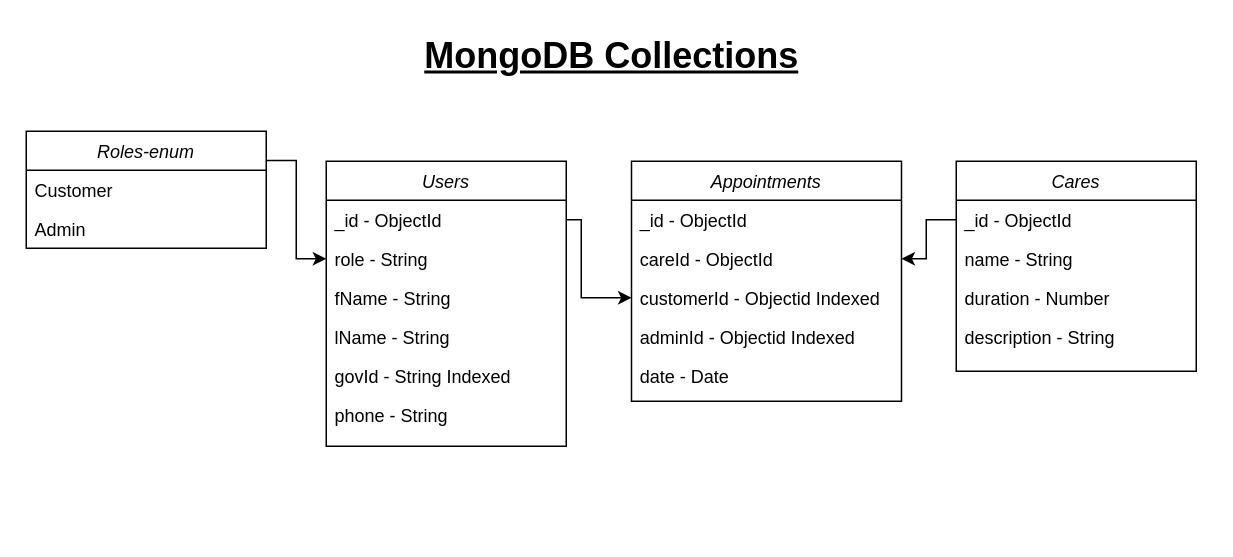
Before: Clinic.drawio in PivaRos/Golang_API_net-http, a draw.io diagram. Source tidied: cells renumbered, new cells numbered last; positions are measured from the earlier drawing's top-left corner, leaving out a move shared by most shapes. Both pictures are drawn from the tidied source at 150%, with x=0, y=0 at pixel (26, 26).
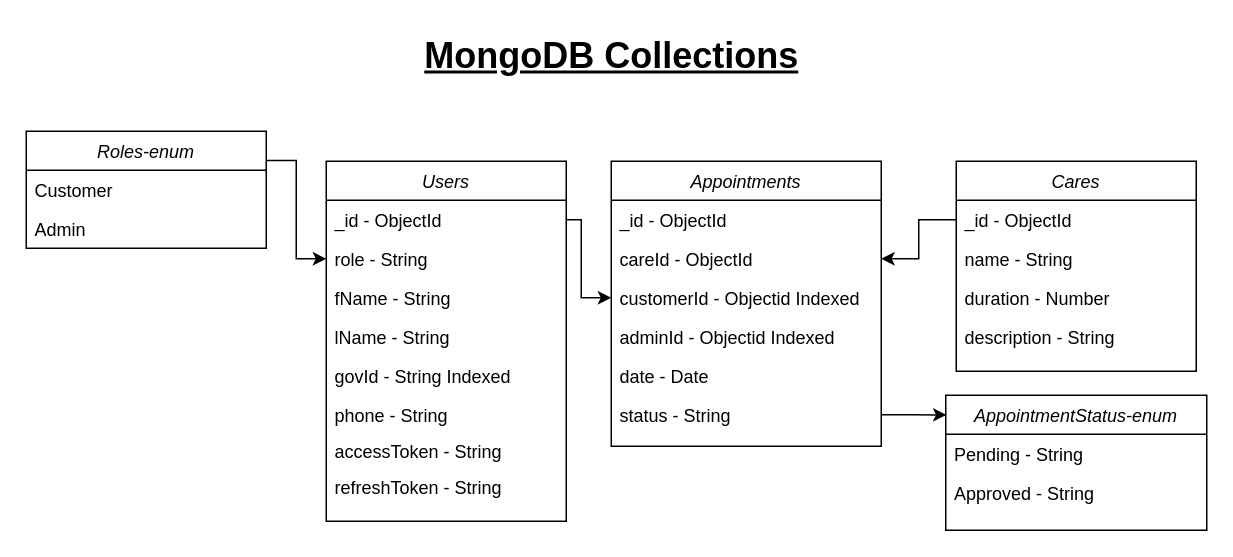
The same page after the edit.

Commit message (it also covers changes not shown here):
add appointment status

The edit, as a diff of the source:
```diff
@@
     <mxCell id="2" value="Users" style="swimlane;fontStyle=2;align=center;verticalAlign=top;horizontal=1;startSize=26;rounded=0;shadow=0;strokeWidth=1;" parent="1" vertex="1">
-      <mxGeometry x="200" y="90" width="160" height="190" as="geometry" />
+      <mxGeometry x="200" y="90" width="160" height="240" as="geometry" />
     </mxCell>
@@
     <mxCell id="8" value="phone - String" style="text;align=left;verticalAlign=top;spacingLeft=4;spacingRight=4;overflow=hidden;rounded=0;shadow=0;html=0;" parent="2" vertex="1">
-      <mxGeometry y="156" width="160" height="26" as="geometry" />
+      <mxGeometry y="156" width="160" height="24" as="geometry" />
     </mxCell>
+    <mxCell id="27" value="accessToken - String" style="text;align=left;verticalAlign=top;spacingLeft=4;spacingRight=4;overflow=hidden;rounded=0;shadow=0;html=0;" parent="2" vertex="1">
+      <mxGeometry y="180" width="160" height="24" as="geometry" />
+    </mxCell>
+    <mxCell id="28" value="refreshToken - String" style="text;align=left;verticalAlign=top;spacingLeft=4;spacingRight=4;overflow=hidden;rounded=0;shadow=0;html=0;" parent="2" vertex="1">
+      <mxGeometry y="204" width="160" height="24" as="geometry" />
+    </mxCell>
@@
     <mxCell id="18" value="Appointments" style="swimlane;fontStyle=2;align=center;verticalAlign=top;horizontal=1;startSize=26;rounded=0;shadow=0;strokeWidth=1;" parent="1" vertex="1">
-      <mxGeometry x="403.5" y="90" width="180" height="160" as="geometry" />
+      <mxGeometry x="390" y="90" width="180" height="190" as="geometry" />
     </mxCell>
@@
+    <mxCell id="29" value="status - String" style="text;align=left;verticalAlign=top;spacingLeft=4;spacingRight=4;overflow=hidden;points=[[0,0.5],[1,0.5]];portConstraint=eastwest;rounded=0;shadow=0;html=0;" parent="18" vertex="1">
+      <mxGeometry y="156" width="180" height="26" as="geometry" />
+    </mxCell>
@@
+    <mxCell id="30" value="AppointmentStatus-enum" style="swimlane;fontStyle=2;align=center;verticalAlign=top;horizontal=1;startSize=26;rounded=0;shadow=0;strokeWidth=1;" parent="1" vertex="1">
+      <mxGeometry x="613" y="246" width="174" height="90" as="geometry" />
+    </mxCell>
+    <mxCell id="31" value="Pending - String" style="text;align=left;verticalAlign=top;spacingLeft=4;spacingRight=4;overflow=hidden;" parent="30" vertex="1">
+      <mxGeometry y="26" width="174" height="26" as="geometry" />
+    </mxCell>
+    <mxCell id="32" value="Approved - String" style="text;align=left;verticalAlign=top;spacingLeft=4;spacingRight=4;overflow=hidden;" parent="30" vertex="1">
+      <mxGeometry y="52" width="174" height="26" as="geometry" />
+    </mxCell>
+    <mxCell id="33" style="edgeStyle=orthogonalEdgeStyle;rounded=0;jettySize=auto;html=1;entryX=0.003;entryY=0.146;entryDx=0;entryDy=0;entryPerimeter=0;" parent="1" edge="1" source="29" target="30">
+      <mxGeometry relative="1" as="geometry" />
+    </mxCell>
```
